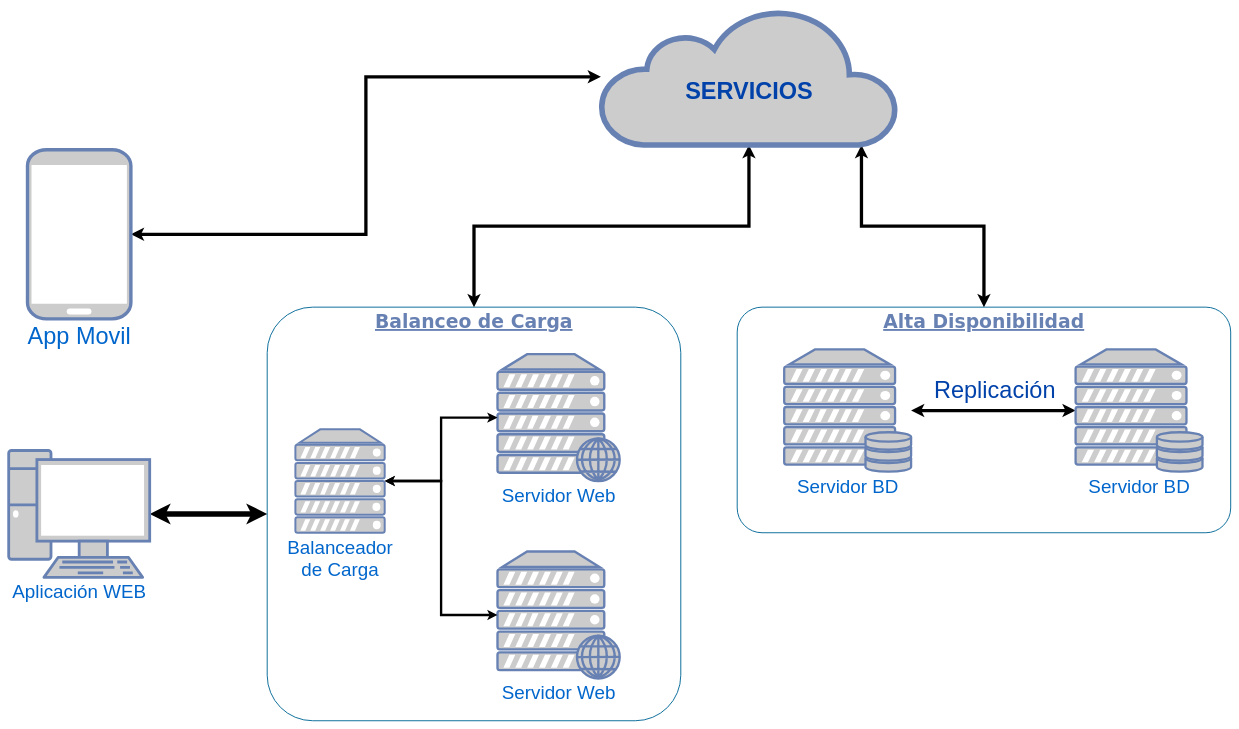
Before: Untitled Diagram.drawio in santiagojara/backend-test, a draw.io diagram. Source tidied: cells renumbered, new cells numbered last; positions are measured from the earlier drawing's top-left corner, leaving out a move shared by most shapes. Both pictures are drawn from the tidied source at 47%, with x=0, y=0 at pixel (8, 8).
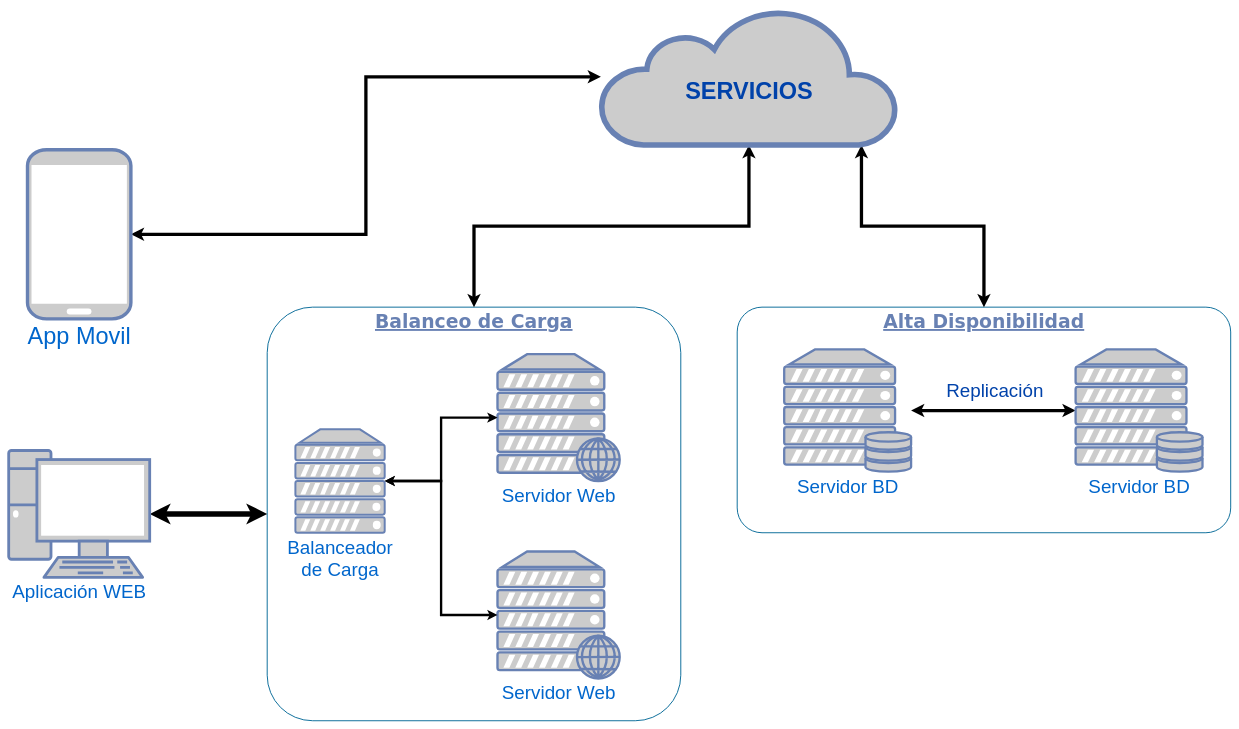
Above is the later version.

The change refers to these unchanged cells:
```xml
<mxCell id="4" style="edgeStyle=orthogonalEdgeStyle;rounded=0;jettySize=auto;html=1;entryX=0;entryY=0.5;entryDx=0;entryDy=0;entryPerimeter=0;fontSize=50;fontColor=#0042aa;strokeWidth=7;startArrow=classic;startFill=1;" parent="1" edge="1" source="6" target="11">
  <mxGeometry relative="1" as="geometry" />
</mxCell>
```

Diff of the diagram source:
```diff
@@
-    <mxCell id="5" value="Replicación" style="edgeLabel;html=1;align=center;verticalAlign=middle;fontSize=50;fontColor=#0042aa;" parent="4" vertex="1">
+    <mxCell id="5" value="Replicación" style="edgeLabel;html=1;align=center;verticalAlign=middle;fontSize=40;fontColor=#0042aa;" parent="4" vertex="1">
       <mxGeometry x="0.31" y="11" relative="1" as="geometry">
         <mxPoint x="-52" y="-34" as="offset" />
       </mxGeometry>
     </mxCell>
```
